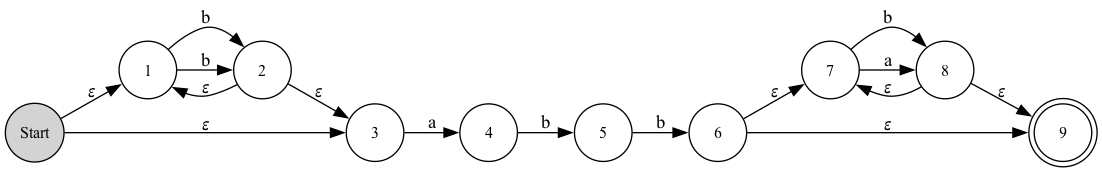
estebandonis/Proyecto1-TeoriaDeLaComputacion keeps this Graphviz diagram as pngs/dfn_graph.png. Above is the earlier version. Its source is kept beside it as pngs/dfn_graph.dot.
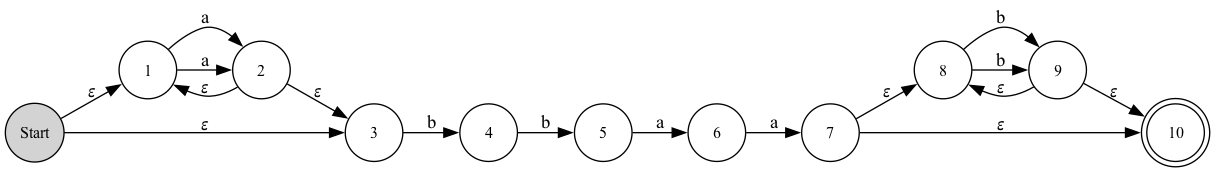
After the change.

Diff of the diagram source:
```diff
@@ -1,94 +1,101 @@
 digraph G {
-	graph [bb="0,0,300.97,452.86",
+	graph [bb="0,0,350.29,506.64",
 		rankdir=LR
 	];
 	node [label="\N"];
 	Start	[fontsize=12,
 		height=0.61168,
-		pos="110.27,406.28",
+		pos="108.2,463",
 		shape=circle,
 		style=filled,
 		width=0.61168];
 	1	[fontsize=12,
 		height=0.6,
-		pos="34.732,431.26",
+		pos="31.719,485.04",
 		width=0.6];
 	Start -> 1	[label=𝜀,
-		lp="75.241,424.5",
-		pos="e,55.66,424.34 89.226,413.24 82.187,415.57 74.177,418.22 66.505,420.75"];
+		lp="72.769,479.96",
+		pos="e,52.91,478.94 86.897,469.14 79.77,471.2 71.659,473.53 63.891,475.77"];
 	3	[fontsize=12,
 		height=0.6,
-		pos="97.371,327.61",
+		pos="98.236,383.87",
 		width=0.6];
 	Start -> 3	[label=𝜀,
-		lp="102.11,365.03",
-		pos="e,100.94,349.41 106.67,384.37 105.47,377.04 104.11,368.69 102.8,360.7"];
+		lp="101.3,421.56",
+		pos="e,101,405.8 105.43,440.96 104.5,433.59 103.44,425.2 102.43,417.16"];
 	2	[fontsize=12,
 		height=0.6,
-		pos="21.6,352.95",
+		pos="21.6,406.24",
 		width=0.6];
-	1 -> 2	[label=b,
-		lp="37.926,387.44",
-		pos="e,36.151,369.36 43.128,411.18 43.403,401.75 42.01,390.38 39.473,380.19"];
-	1 -> 2	[label=b,
-		lp="13.543,391.53",
-		pos="e,13.199,373.21 20.245,415.02 16.909,406.19 14.516,394.99 13.592,384.53"];
+	1 -> 2	[label=a,
+		lp="36.647,441.48",
+		pos="e,35.511,423.21 40.879,465.29 41.516,455.87 40.56,444.45 38.415,434.17"];
+	1 -> 2	[label=a,
+		lp="12.126,444.63",
+		pos="e,12.428,426.17 17.865,468.24 14.87,459.29 12.909,448 12.386,437.51"];
 	2 -> 1	[label=𝜀,
-		lp="24.588,393.92",
-		pos="e,31.103,409.62 25.188,374.35 26.438,381.8 27.869,390.33 29.237,398.49"];
+		lp="23.3,447.42",
+		pos="e,28.922,463.26 24.365,427.77 25.328,435.27 26.431,443.86 27.485,452.07"];
 	2 -> 3	[label=𝜀,
-		lp="51.359,349.62",
-		pos="e,76.428,334.61 42.305,346.03 49.512,343.62 57.771,340.85 65.664,338.21"];
+		lp="51.729,404.18",
+		pos="e,77.054,390.06 42.541,400.13 49.831,398 58.185,395.56 66.167,393.23"];
 	4	[fontsize=12,
 		height=0.6,
-		pos="137.82,263.46",
+		pos="141.74,321.92",
 		width=0.6];
-	3 -> 4	[label=a,
-		lp="111.62,292",
-		pos="e,126.29,281.75 109.07,309.05 112.54,303.55 116.41,297.4 120.17,291.45"];
+	3 -> 4	[label=b,
+		lp="113.41,349.2",
+		pos="e,129.33,339.59 110.82,365.95 114.55,360.64 118.72,354.71 122.76,348.95"];
 	5	[fontsize=12,
 		height=0.6,
-		pos="173.27,198.4",
+		pos="178.9,258.46",
 		width=0.6];
 	4 -> 5	[label=b,
-		lp="149.45,227.68",
-		pos="e,162.78,217.66 148.26,244.29 151.12,239.04 154.29,233.24 157.38,227.57"];
+		lp="154.06,286.86",
+		pos="e,167.76,277.48 152.89,302.88 155.75,297.98 158.9,292.61 161.99,287.34"];
 	6	[fontsize=12,
 		height=0.6,
-		pos="206.01,130",
+		pos="212.82,193.19",
 		width=0.6];
-	5 -> 6	[label=b,
-		lp="183.86,160.98",
-		pos="e,196.68,149.51 182.74,178.62 185.55,172.75 188.69,166.2 191.73,159.85"];
+	5 -> 6	[label=a,
+		lp="190.23,222.63",
+		pos="e,202.65,212.76 189.08,238.87 191.69,233.84 194.57,228.31 197.38,222.89"];
 	7	[fontsize=12,
 		height=0.6,
-		pos="279.37,98.782",
+		pos="249.88,127.24",
 		width=0.6];
-	6 -> 7	[label=𝜀,
-		lp="234.74,124.16",
-		pos="e,259.1,107.41 226.06,121.47 233.04,118.5 241.03,115.1 248.67,111.85"];
-	9	[fontsize=12,
+	6 -> 7	[label=a,
+		lp="225.53,156.97",
+		pos="e,239.06,146.5 223.54,174.12 226.66,168.56 230.15,162.36 233.53,156.33"];
+	8	[fontsize=12,
+		height=0.6,
+		pos="234.37,48.921",
+		width=0.6];
+	7 -> 8	[label=𝜀,
+		lp="240.63,86.268",
+		pos="e,238.66,70.569 245.64,105.84 244.17,98.391 242.48,89.853 240.86,81.695"];
+	10	[fontsize=12,
 		height=0.71111,
-		pos="186.9,52.42",
+		pos="324.69,99.595",
 		shape=doublecircle,
 		width=0.71111];
-	6 -> 9	[label=𝜀,
-		lp="195.66,91.125",
-		pos="e,193.13,77.729 200.79,108.8 199.24,102.5 197.49,95.415 195.77,88.448"];
-	8	[fontsize=12,
+	7 -> 10	[label=𝜀,
+		lp="277.51,123.56",
+		pos="e,300.29,108.61 270.32,119.69 276.4,117.44 283.23,114.92 289.95,112.43"];
+	9	[fontsize=12,
 		height=0.6,
-		pos="260.08,21.6",
+		pos="309.03,21.6",
 		width=0.6];
-	7 -> 8	[label=b,
-		lp="279.73,54.486",
-		pos="e,275.88,36.849 286.15,78.067 285.68,68.628 283.39,57.381 280.05,47.406"];
-	7 -> 8	[label=a,
-		lp="256.12,60.483",
-		pos="e,253.31,42.494 263.64,83.695 259.62,75.144 256.34,64.143 254.59,53.772"];
-	8 -> 7	[label=𝜀,
-		lp="265.7,62.087",
-		pos="e,274.04,77.449 265.35,42.69 267.18,50.032 269.29,58.445 271.3,66.484"];
-	8 -> 9	[label=𝜀,
-		lp="228.09,41.465",
-		pos="e,210.77,42.365 240.08,30.022 234.28,32.465 227.77,35.206 221.35,37.909"];
+	8 -> 9	[label=b,
+		lp="267.31,57.034",
+		pos="e,295.79,38.779 255.67,53.479 265.07,52.004 276.09,48.503 285.7,44.09"];
+	8 -> 9	[label=b,
+		lp="258.71,33.864",
+		pos="e,287.55,17.07 247.7,31.689 255.77,26.786 266.36,22.373 276.48,19.539"];
+	9 -> 8	[label=𝜀,
+		lp="274.49,40.777",
+		pos="e,255,41.369 288.63,29.066 281.53,31.664 273.39,34.643 265.61,37.488"];
+	9 -> 10	[label=𝜀,
+		lp="312.69,60.393",
+		pos="e,319.58,74.151 313.31,42.913 314.55,49.096 315.95,56.032 317.32,62.874"];
 }
```
